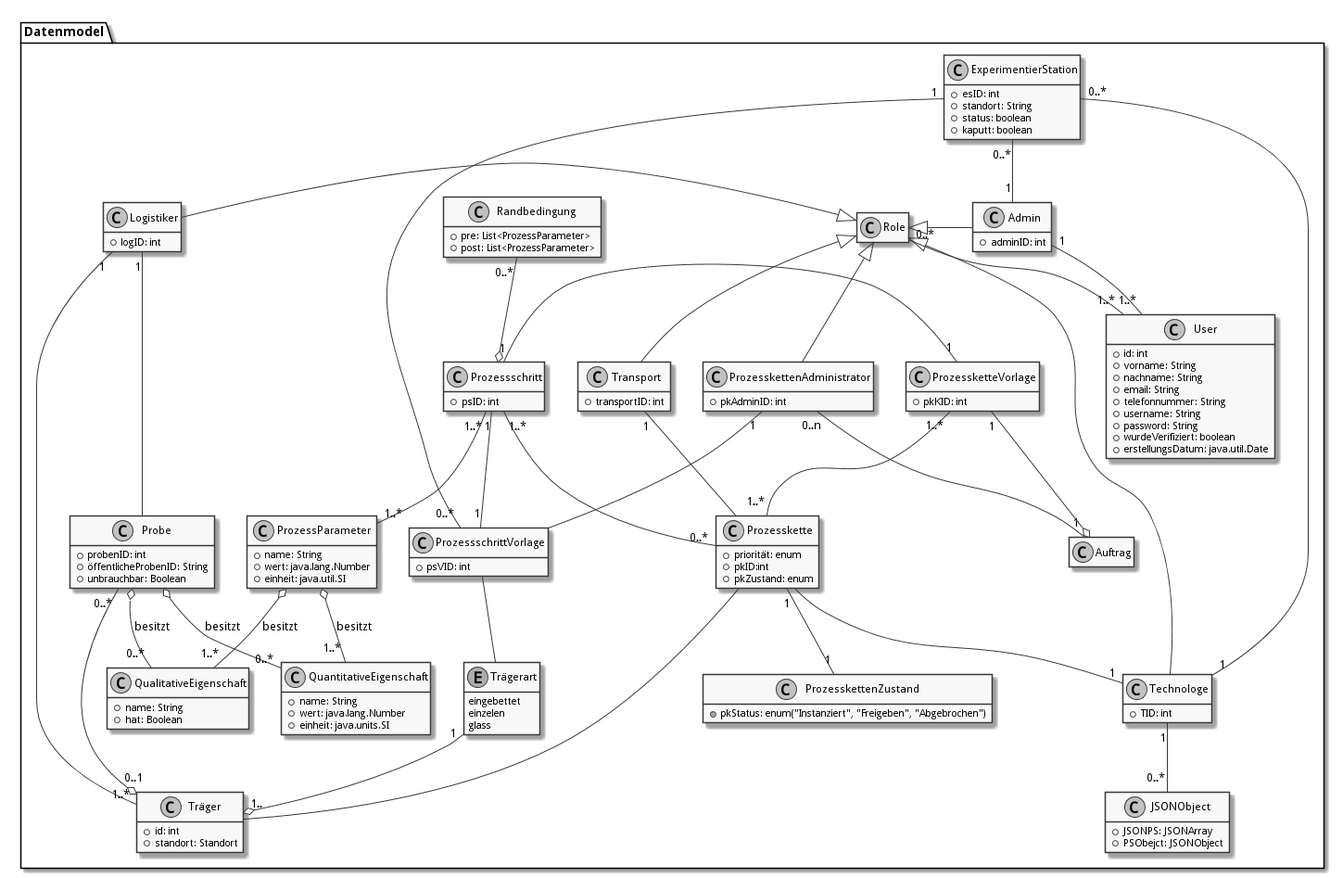
Earlier version of the PlantUML export doc/UML/datenModel.png (fkehlenb/softwareprojekt-2).
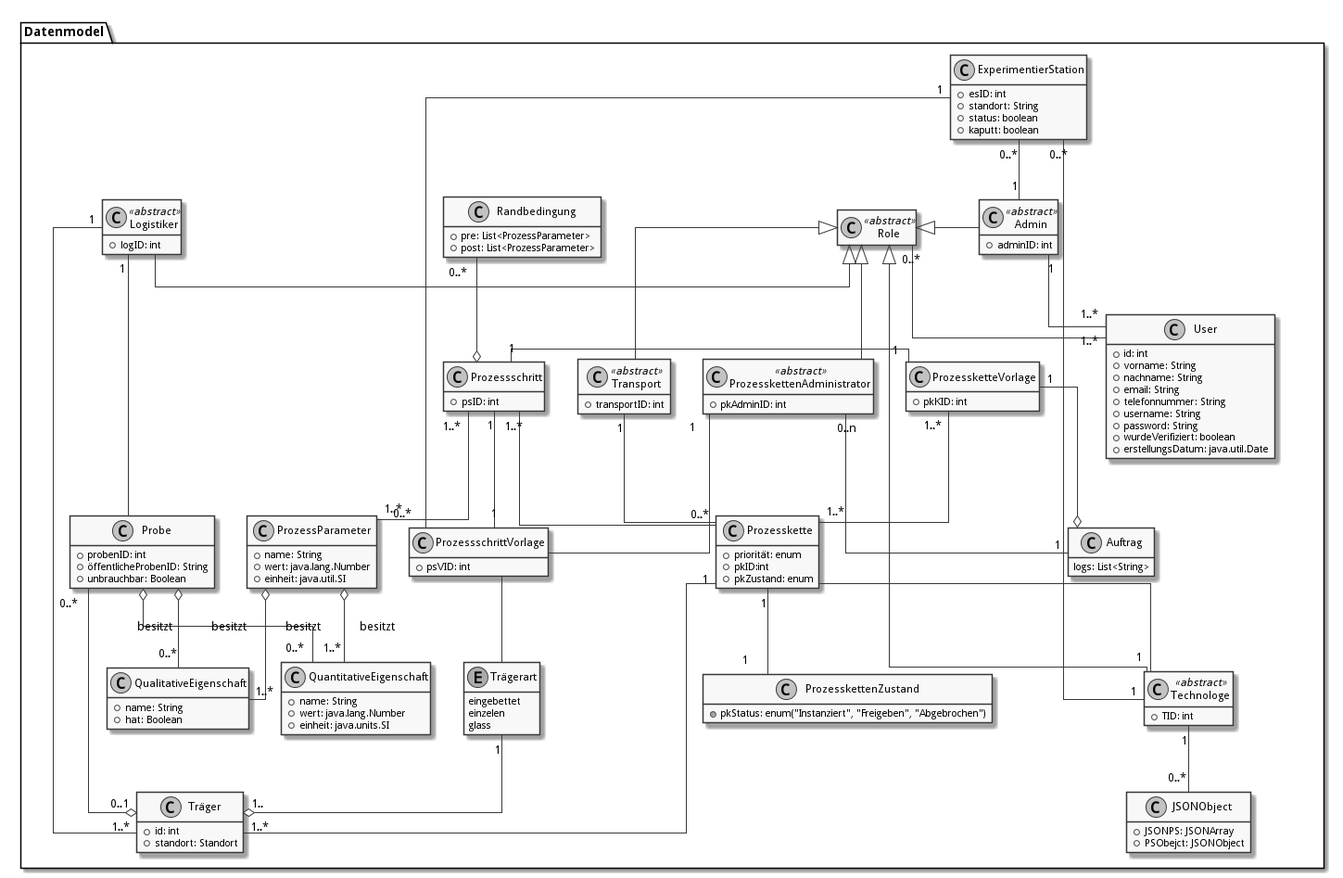
The same diagram one commit later.

Diff of the diagram source:
```diff
@@ -1,14 +1,16 @@
 @startuml
 skinparam monochrome true
 skinparam componentStyle uml2
+skinparam linetype ortho
+
 
 hide empty members
 
 package Datenmodel {
-  class Role {
+  class Role  <<abstract>> {
   }
 
-  class Logistiker {
+  class Logistiker  <<abstract>> {
   +logID: int
   }
 
@@ -24,16 +26,16 @@
     +erstellungsDatum: java.util.Date
   }
 
-  class Admin {
+  class Admin <<abstract>>{
     +adminID: int
   }
 
 
-  class "Technologe" as t {
+  class "Technologe" as t  <<abstract>> {
     +TID: int
   }
 
-  class "Transport" as transport {
+  class "Transport" as transport  <<abstract>> {
     +transportID: int
   }
 
@@ -82,7 +84,7 @@
   }
 
   together {
-    class "ProzesskettenAdministrator" as pkAdmin {
+    class "ProzesskettenAdministrator" as pkAdmin  <<abstract>> {
       +pkAdminID: int
     }
 
@@ -119,6 +121,10 @@
     +PSObejct: JSONObject
   }
 
+  class Auftrag {
+  logs: List<String>
+  }
+
   Role <|-left- Logistiker
   Role "0..*"-left-"1..*" User
   Role <|-right- Admin
@@ -145,7 +151,7 @@
   pkV "1..*" -- "1..*" pk
 
   pk "1" -- "1" pkZ
-  pk -- Träger
+  pk "1" -- "1..*" Träger
   pk -- "1" t
 
   ps "1..*" -- "1..*" pp
```
